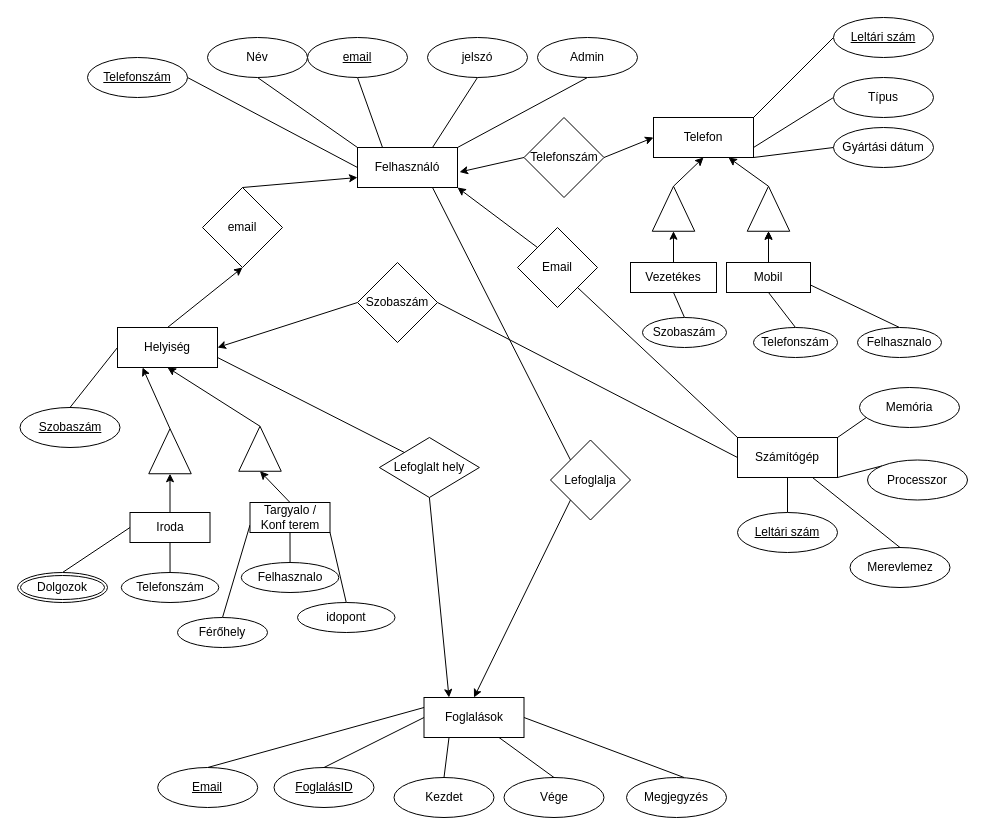
Above: Munkahely.drawio in Troversones/adatbProjekt (draw.io), before the change. Source tidied: cells renumbered, new cells numbered last; positions are measured from the earlier drawing's top-left corner, leaving out a move shared by most shapes. Both pictures are drawn from the tidied source at 100%, with x=0, y=0 at pixel (17, 17).
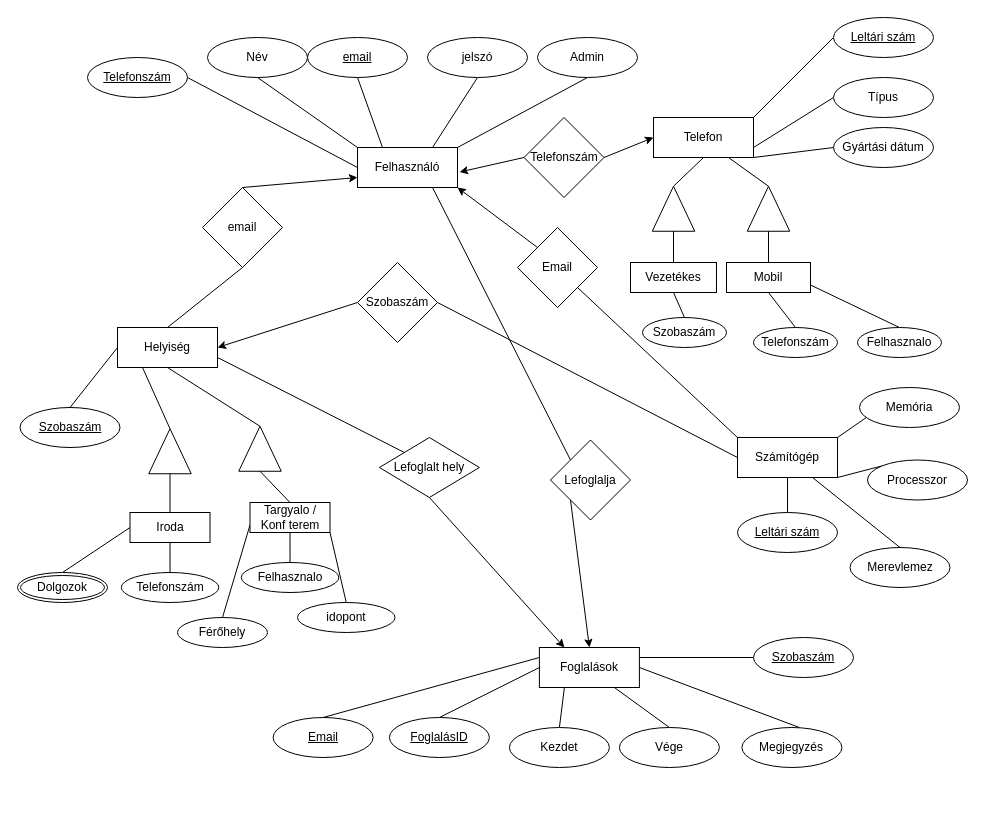
The same diagram, later.

The change refers to these unchanged cells:
```xml
<mxCell id="7" value="Telefon" style="whiteSpace=wrap;html=1;align=center;" parent="1" vertex="1">
  <mxGeometry x="636" y="100" width="100" height="40" as="geometry" />
</mxCell>
<mxCell id="32" style="triangle;whiteSpace=wrap;html=1;rotation=-90;" parent="1" vertex="1">
  <mxGeometry x="728.5" y="170" width="45" height="42.5" as="geometry" />
</mxCell>
<mxCell id="34" style="triangle;whiteSpace=wrap;html=1;rotation=-90;" parent="1" vertex="1">
  <mxGeometry x="633.5" y="170" width="45" height="42.5" as="geometry" />
</mxCell>
<mxCell id="44" value="email" style="rhombus;whiteSpace=wrap;html=1;" parent="1" vertex="1">
  <mxGeometry x="185" y="170" width="80" height="80" as="geometry" />
</mxCell>
<mxCell id="47" value="Helyiség" style="whiteSpace=wrap;html=1;align=center;" parent="1" vertex="1">
  <mxGeometry x="100" y="310" width="100" height="40" as="geometry" />
</mxCell>
<mxCell id="49" value="Mobil" style="whiteSpace=wrap;html=1;align=center;" parent="1" vertex="1">
  <mxGeometry x="709" y="245" width="84" height="30" as="geometry" />
</mxCell>
<mxCell id="50" value="Vezetékes" style="whiteSpace=wrap;html=1;align=center;" parent="1" vertex="1">
  <mxGeometry x="613" y="245" width="86" height="30" as="geometry" />
</mxCell>
<mxCell id="58" style="triangle;whiteSpace=wrap;html=1;rotation=-90;" parent="1" vertex="1">
  <mxGeometry x="130" y="412.5" width="45" height="42.5" as="geometry" />
</mxCell>
<mxCell id="60" value="Iroda" style="whiteSpace=wrap;html=1;align=center;" parent="1" vertex="1">
  <mxGeometry x="112.5" y="495" width="80" height="30" as="geometry" />
</mxCell>
<mxCell id="64" style="triangle;whiteSpace=wrap;html=1;rotation=-90;" parent="1" vertex="1">
  <mxGeometry x="220" y="410" width="45" height="42.5" as="geometry" />
</mxCell>
<mxCell id="67" value="Targyalo / Konf terem" style="whiteSpace=wrap;html=1;align=center;" parent="1" vertex="1">
  <mxGeometry x="232.5" y="485" width="80" height="30" as="geometry" />
</mxCell>
```

The edit, as a diff of the source:
```diff
@@
-    <mxCell id="18" style="rounded=0;jettySize=auto;html=1;exitX=0.5;exitY=0;exitDx=0;exitDy=0;entryX=0;entryY=0.5;entryDx=0;entryDy=0;" parent="1" edge="1" target="32">
-      <mxGeometry relative="1" as="geometry">
-        <mxPoint x="751" y="240" as="sourcePoint" />
-      </mxGeometry>
-    </mxCell>
@@
-    <mxCell id="31" style="rounded=0;jettySize=auto;html=1;exitX=1;exitY=0.5;exitDx=0;exitDy=0;entryX=0.75;entryY=1;entryDx=0;entryDy=0;" parent="1" edge="1" source="32" target="7">
+    <mxCell id="31" style="rounded=0;jettySize=auto;html=1;exitX=1;exitY=0.5;exitDx=0;exitDy=0;entryX=0.75;entryY=1;entryDx=0;entryDy=0;endArrow=none;endFill=0;" parent="1" edge="1" source="32" target="7">
       <mxGeometry relative="1" as="geometry" />
     </mxCell>
@@
-    <mxCell id="33" style="rounded=0;jettySize=auto;html=1;exitX=1;exitY=0.5;exitDx=0;exitDy=0;entryX=0.5;entryY=1;entryDx=0;entryDy=0;" parent="1" edge="1" source="34" target="7">
+    <mxCell id="33" style="rounded=0;jettySize=auto;html=1;exitX=1;exitY=0.5;exitDx=0;exitDy=0;entryX=0.5;entryY=1;entryDx=0;entryDy=0;endArrow=none;endFill=0;" parent="1" edge="1" source="34" target="7">
       <mxGeometry relative="1" as="geometry" />
     </mxCell>
@@
-    <mxCell id="35" style="rounded=0;jettySize=auto;html=1;exitX=0.5;exitY=0;exitDx=0;exitDy=0;entryX=0;entryY=0.5;entryDx=0;entryDy=0;" parent="1" edge="1" source="50" target="34">
+    <mxCell id="35" style="rounded=0;jettySize=auto;html=1;exitX=0.5;exitY=0;exitDx=0;exitDy=0;entryX=0;entryY=0.5;entryDx=0;entryDy=0;endArrow=none;endFill=0;" parent="1" edge="1" source="50" target="34">
       <mxGeometry relative="1" as="geometry" />
     </mxCell>
@@
-    <mxCell id="45" style="rounded=0;jettySize=auto;html=1;exitX=0.5;exitY=0;exitDx=0;exitDy=0;entryX=0.5;entryY=1;entryDx=0;entryDy=0;" parent="1" edge="1" source="47" target="44">
+    <mxCell id="45" style="rounded=0;jettySize=auto;html=1;exitX=0.5;exitY=0;exitDx=0;exitDy=0;entryX=0.5;entryY=1;entryDx=0;entryDy=0;endArrow=none;endFill=0;" parent="1" edge="1" source="47" target="44">
       <mxGeometry relative="1" as="geometry" />
     </mxCell>
@@
-    <mxCell id="48" style="edgeStyle=orthogonalEdgeStyle;rounded=0;jettySize=auto;html=1;exitX=0.5;exitY=0;exitDx=0;exitDy=0;" parent="1" edge="1" source="49" target="32">
+    <mxCell id="48" style="edgeStyle=orthogonalEdgeStyle;rounded=0;jettySize=auto;html=1;exitX=0.5;exitY=0;exitDx=0;exitDy=0;entryX=0;entryY=0.5;entryDx=0;entryDy=0;endArrow=none;endFill=0;" parent="1" edge="1" source="49" target="32">
       <mxGeometry relative="1" as="geometry" />
     </mxCell>
@@
-    <mxCell id="57" style="rounded=0;jettySize=auto;html=1;exitX=1;exitY=0.5;exitDx=0;exitDy=0;entryX=0.25;entryY=1;entryDx=0;entryDy=0;" parent="1" edge="1" source="58" target="47">
+    <mxCell id="57" style="rounded=0;jettySize=auto;html=1;exitX=1;exitY=0.5;exitDx=0;exitDy=0;entryX=0.25;entryY=1;entryDx=0;entryDy=0;endArrow=none;endFill=0;" parent="1" edge="1" source="58" target="47">
       <mxGeometry relative="1" as="geometry" />
     </mxCell>
@@
-    <mxCell id="59" style="rounded=0;jettySize=auto;html=1;exitX=0.5;exitY=0;exitDx=0;exitDy=0;entryX=0;entryY=0.5;entryDx=0;entryDy=0;" parent="1" edge="1" source="60" target="58">
+    <mxCell id="59" style="rounded=0;jettySize=auto;html=1;exitX=0.5;exitY=0;exitDx=0;exitDy=0;entryX=0;entryY=0.5;entryDx=0;entryDy=0;endArrow=none;endFill=0;" parent="1" edge="1" source="60" target="58">
       <mxGeometry relative="1" as="geometry" />
     </mxCell>
@@
-    <mxCell id="63" style="rounded=0;jettySize=auto;html=1;exitX=1;exitY=0.5;exitDx=0;exitDy=0;entryX=0.5;entryY=1;entryDx=0;entryDy=0;" parent="1" edge="1" source="64" target="47">
+    <mxCell id="63" style="rounded=0;jettySize=auto;html=1;exitX=1;exitY=0.5;exitDx=0;exitDy=0;entryX=0.5;entryY=1;entryDx=0;entryDy=0;endArrow=none;endFill=0;" parent="1" edge="1" source="64" target="47">
       <mxGeometry relative="1" as="geometry" />
     </mxCell>
@@
-    <mxCell id="65" style="rounded=0;jettySize=auto;html=1;exitX=0.5;exitY=0;exitDx=0;exitDy=0;entryX=0;entryY=0.5;entryDx=0;entryDy=0;" parent="1" edge="1" source="67" target="64">
+    <mxCell id="65" style="rounded=0;jettySize=auto;html=1;exitX=0.5;exitY=0;exitDx=0;exitDy=0;entryX=0;entryY=0.5;entryDx=0;entryDy=0;endArrow=none;endFill=0;" parent="1" edge="1" source="67" target="64">
       <mxGeometry relative="1" as="geometry" />
     </mxCell>
@@
     <mxCell id="82" value="Foglalások" style="whiteSpace=wrap;html=1;align=center;" parent="1" vertex="1">
-      <mxGeometry x="406.5" y="680" width="100" height="40" as="geometry" />
+      <mxGeometry x="521.9" y="630" width="100" height="40" as="geometry" />
     </mxCell>
     <mxCell id="83" value="FoglalásID" style="ellipse;whiteSpace=wrap;html=1;align=center;fontStyle=4;" parent="1" vertex="1">
-      <mxGeometry x="256.5" y="750" width="100" height="40" as="geometry" />
+      <mxGeometry x="371.9" y="700" width="100" height="40" as="geometry" />
     </mxCell>
     <mxCell id="84" value="Kezdet" style="ellipse;whiteSpace=wrap;html=1;align=center;" parent="1" vertex="1">
-      <mxGeometry x="376.5" y="760" width="100" height="40" as="geometry" />
+      <mxGeometry x="491.9" y="710" width="100" height="40" as="geometry" />
     </mxCell>
     <mxCell id="85" value="Vége" style="ellipse;whiteSpace=wrap;html=1;align=center;" parent="1" vertex="1">
-      <mxGeometry x="486.5" y="760" width="100" height="40" as="geometry" />
+      <mxGeometry x="601.9" y="710" width="100" height="40" as="geometry" />
     </mxCell>
     <mxCell id="86" value="Megjegyzés" style="ellipse;whiteSpace=wrap;html=1;align=center;" parent="1" vertex="1">
-      <mxGeometry x="609" y="760" width="100" height="40" as="geometry" />
+      <mxGeometry x="724.4" y="710" width="100" height="40" as="geometry" />
     </mxCell>
     <mxCell id="87" style="rounded=0;jettySize=auto;html=1;exitX=1;exitY=0.5;exitDx=0;exitDy=0;endArrow=none;endFill=0;" parent="1" edge="1" source="82">
       <mxGeometry relative="1" as="geometry">
-        <mxPoint x="666.5" y="760" as="targetPoint" />
+        <mxPoint x="781.9" y="710" as="targetPoint" />
       </mxGeometry>
     </mxCell>
@@
     <mxCell id="90" value="Email" style="ellipse;whiteSpace=wrap;html=1;align=center;fontStyle=4;" parent="1" vertex="1">
-      <mxGeometry x="140.2" y="750" width="100" height="40" as="geometry" />
+      <mxGeometry x="255.6" y="700" width="100" height="40" as="geometry" />
     </mxCell>
@@
+    <mxCell id="94" style="rounded=0;jettySize=auto;html=1;exitX=0;exitY=0.5;exitDx=0;exitDy=0;entryX=1;entryY=0.25;entryDx=0;entryDy=0;endArrow=none;endFill=0;" parent="1" edge="1" source="95" target="82">
+      <mxGeometry relative="1" as="geometry" />
+    </mxCell>
+    <mxCell id="95" value="Szobaszám" style="ellipse;whiteSpace=wrap;html=1;align=center;fontStyle=4;" parent="1" vertex="1">
+      <mxGeometry x="736" y="620" width="100" height="40" as="geometry" />
+    </mxCell>
```
